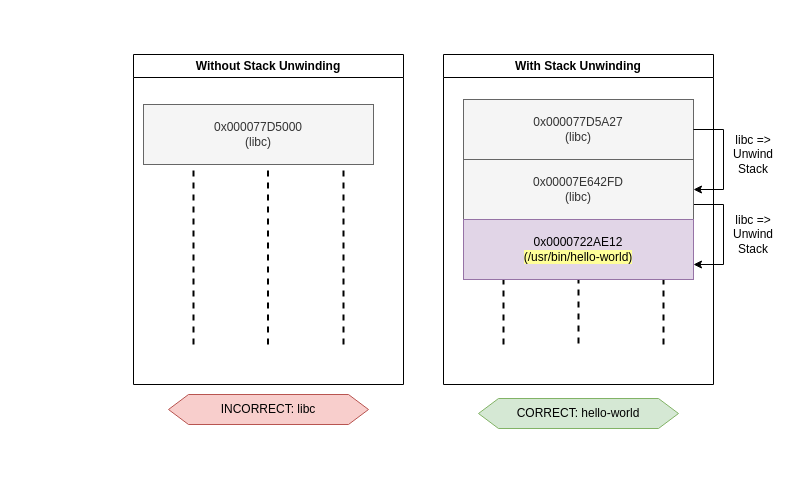
The draw.io diagram diagrams/stack-unwinding.drawio in tcassar-diss/report, before the edit. Source tidied: cells renumbered, new cells numbered last; positions are measured from the earlier drawing's top-left corner, leaving out a move shared by most shapes. Both pictures are drawn from the tidied source at 100%, with x=0, y=0 at pixel (133, 54).
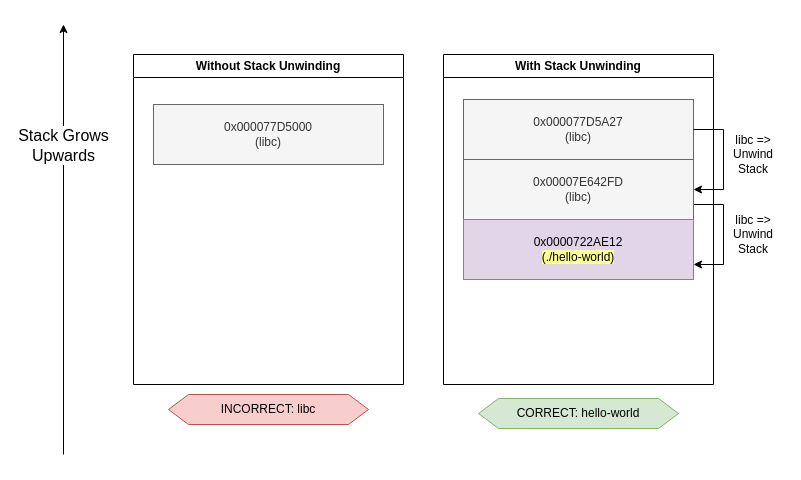
The same diagram, later.

Unchanged cells that the change refers to:
```xml
<mxCell id="2" value="With Stack Unwinding" style="swimlane;whiteSpace=wrap;html=1;" parent="1" vertex="1">
  <mxGeometry x="310" width="270" height="330" as="geometry" />
</mxCell>
<mxCell id="13" value="Without Stack Unwinding" style="swimlane;whiteSpace=wrap;html=1;" parent="1" vertex="1">
  <mxGeometry width="270" height="330" as="geometry" />
</mxCell>
```

Change to the diagram source:
```diff
@@
-    <mxCell id="3" style="endArrow=none;dashed=1;html=1;rounded=0;entryX=0.5;entryY=1;entryDx=0;entryDy=0;strokeWidth=2;" parent="2" edge="1">
-      <mxGeometry relative="1" as="geometry">
-        <mxPoint x="60" y="290" as="sourcePoint" />
-        <mxPoint x="60" y="225" as="targetPoint" />
-      </mxGeometry>
-    </mxCell>
-    <mxCell id="4" style="endArrow=none;dashed=1;html=1;rounded=0;entryX=0.5;entryY=1;entryDx=0;entryDy=0;strokeWidth=2;" parent="2" edge="1">
-      <mxGeometry relative="1" as="geometry">
-        <mxPoint x="220" y="290" as="sourcePoint" />
-        <mxPoint x="220" y="220" as="targetPoint" />
-      </mxGeometry>
-    </mxCell>
@@
-    <mxCell id="7" style="endArrow=none;dashed=1;html=1;rounded=0;entryX=0.5;entryY=1;entryDx=0;entryDy=0;strokeWidth=2;" parent="1" edge="1">
-      <mxGeometry relative="1" as="geometry">
-        <mxPoint x="445" y="289" as="sourcePoint" />
-        <mxPoint x="445" y="219" as="targetPoint" />
-      </mxGeometry>
-    </mxCell>
@@
-    <mxCell id="10" value="0x0000722AE12&lt;div&gt;&lt;span style=&quot;background-color: rgb(255, 255, 153);&quot;&gt;(/usr/bin/hello-world)&lt;/span&gt;&lt;/div&gt;" style="rounded=0;whiteSpace=wrap;html=1;fillColor=#e1d5e7;strokeColor=#9673a6;" parent="1" vertex="1">
+    <mxCell id="10" value="0x0000722AE12&lt;div&gt;&lt;span style=&quot;background-color: rgb(255, 255, 153);&quot;&gt;(./hello-world)&lt;/span&gt;&lt;/div&gt;" style="rounded=0;whiteSpace=wrap;html=1;fillColor=#e1d5e7;strokeColor=#9673a6;" parent="1" vertex="1">
       <mxGeometry x="330" y="165" width="230" height="60" as="geometry" />
     </mxCell>
@@
-    <mxCell id="14" style="endArrow=none;dashed=1;html=1;rounded=0;entryX=0.5;entryY=1;entryDx=0;entryDy=0;strokeWidth=2;" parent="13" edge="1">
-      <mxGeometry relative="1" as="geometry">
-        <mxPoint x="134.5" y="290" as="sourcePoint" />
-        <mxPoint x="134.5" y="110" as="targetPoint" />
-      </mxGeometry>
-    </mxCell>
-    <mxCell id="15" style="endArrow=none;dashed=1;html=1;rounded=0;entryX=0.5;entryY=1;entryDx=0;entryDy=0;strokeWidth=2;" parent="13" edge="1">
-      <mxGeometry relative="1" as="geometry">
-        <mxPoint x="60" y="290" as="sourcePoint" />
-        <mxPoint x="60" y="110" as="targetPoint" />
-      </mxGeometry>
-    </mxCell>
-    <mxCell id="16" style="endArrow=none;dashed=1;html=1;rounded=0;entryX=0.5;entryY=1;entryDx=0;entryDy=0;strokeWidth=2;" parent="13" edge="1">
-      <mxGeometry relative="1" as="geometry">
-        <mxPoint x="210" y="290" as="sourcePoint" />
-        <mxPoint x="210" y="110" as="targetPoint" />
-      </mxGeometry>
-    </mxCell>
     <mxCell id="17" value="0x000077D5000&lt;div&gt;(libc)&lt;/div&gt;" style="rounded=0;whiteSpace=wrap;html=1;fillColor=#f5f5f5;strokeColor=#666666;fontColor=#333333;" parent="13" vertex="1">
-      <mxGeometry x="10" y="50" width="230" height="60" as="geometry" />
+      <mxGeometry x="20" y="50" width="230" height="60" as="geometry" />
     </mxCell>
@@
+    <mxCell id="20" style="edgeStyle=none;orthogonalLoop=1;jettySize=auto;html=1;rounded=0;" parent="1" edge="1">
+      <mxGeometry relative="1" as="geometry">
+        <mxPoint x="-70" y="400" as="sourcePoint" />
+        <mxPoint x="-70" y="-30" as="targetPoint" />
+      </mxGeometry>
+    </mxCell>
+    <mxCell id="21" value="&lt;font style=&quot;font-size: 16px;&quot;&gt;Stack Grows&lt;/font&gt;&lt;div&gt;&lt;font style=&quot;font-size: 16px;&quot;&gt;Upwards&lt;/font&gt;&lt;/div&gt;" style="edgeLabel;html=1;align=center;verticalAlign=middle;" parent="20" vertex="1">
+      <mxGeometry x="0.06" y="1" relative="1" as="geometry">
+        <mxPoint y="-82" as="offset" />
+      </mxGeometry>
+    </mxCell>
```
